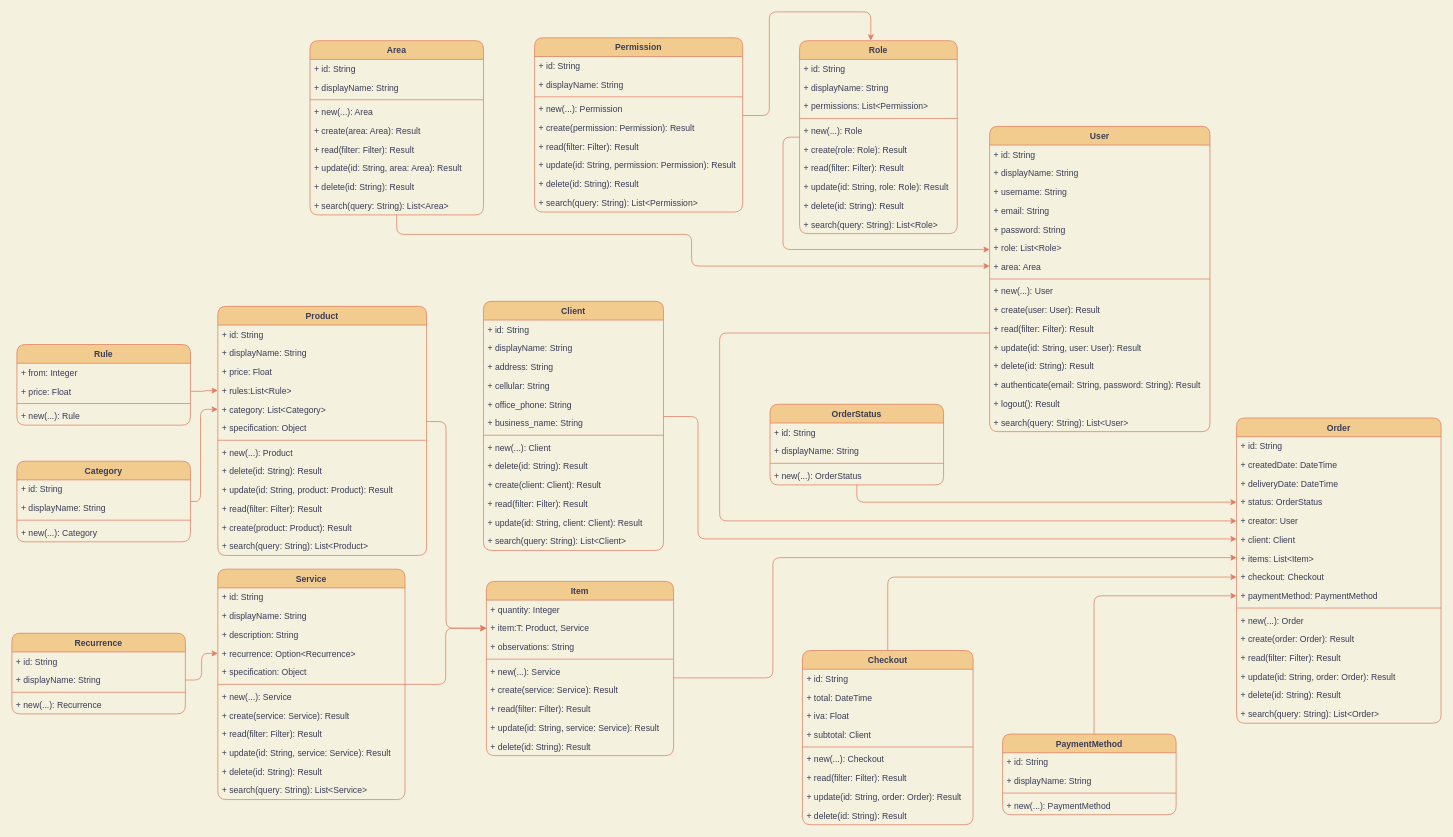
Earlier version of the draw.io diagram UML.drawio (Demetriox/flutter-client). Source tidied: cells renumbered, new cells numbered last; positions are measured from the earlier drawing's top-left corner, leaving out a move shared by most shapes. Both pictures are drawn from the tidied source at 72%, with x=0, y=0 at pixel (12, 12).
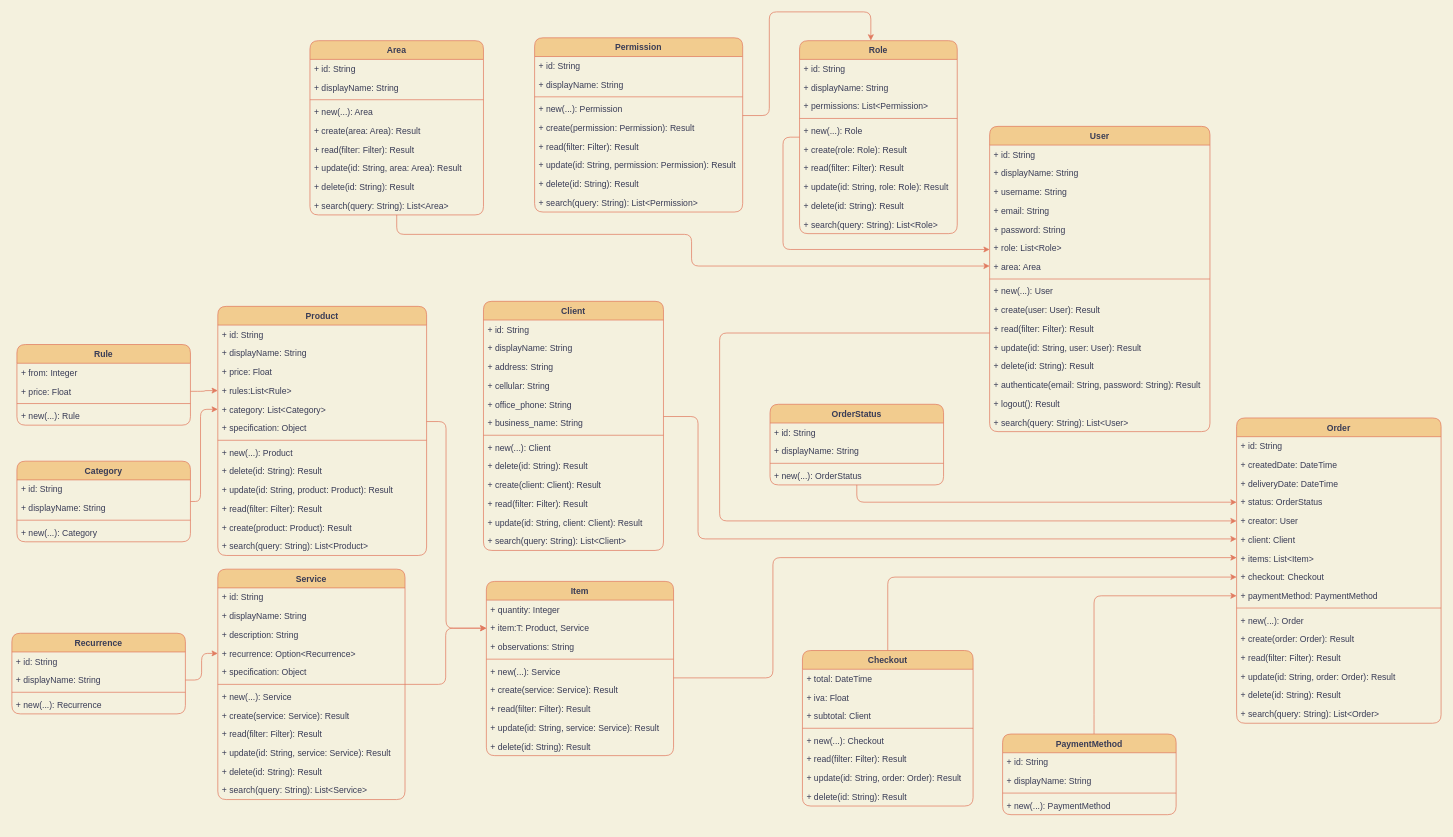
Above is the later version.

What changed in the source:
```diff
@@
     <mxCell id="105" value="Checkout" style="swimlane;fontStyle=1;align=center;verticalAlign=top;horizontal=1;startSize=26;fillColor=#F2CC8F;strokeColor=#E07A5F;fontColor=#393C56;rounded=1;" parent="1" vertex="1">
-      <mxGeometry x="1098" y="887" width="237" height="242" as="geometry" />
+      <mxGeometry x="1098" y="887" width="237" height="216" as="geometry" />
     </mxCell>
-    <mxCell id="106" value="+ id: String" style="text;strokeColor=none;fillColor=none;align=left;verticalAlign=top;spacingLeft=4;spacingRight=4;overflow=hidden;fontColor=#393C56;rounded=1;" parent="105" vertex="1">
-      <mxGeometry y="26" width="237" height="26" as="geometry" />
-    </mxCell>
     <mxCell id="107" value="+ total: DateTime" style="text;strokeColor=none;fillColor=none;align=left;verticalAlign=top;spacingLeft=4;spacingRight=4;overflow=hidden;fontColor=#393C56;rounded=1;" parent="105" vertex="1">
-      <mxGeometry y="52" width="237" height="26" as="geometry" />
+      <mxGeometry y="26" width="237" height="26" as="geometry" />
     </mxCell>
     <mxCell id="108" value="+ iva: Float" style="text;strokeColor=none;fillColor=none;align=left;verticalAlign=top;spacingLeft=4;spacingRight=4;overflow=hidden;fontColor=#393C56;rounded=1;" parent="105" vertex="1">
-      <mxGeometry y="78" width="237" height="26" as="geometry" />
+      <mxGeometry y="52" width="237" height="26" as="geometry" />
     </mxCell>
     <mxCell id="109" value="+ subtotal: Client" style="text;strokeColor=none;fillColor=none;align=left;verticalAlign=top;spacingLeft=4;spacingRight=4;overflow=hidden;fontColor=#393C56;rounded=1;" parent="105" vertex="1">
-      <mxGeometry y="104" width="237" height="26" as="geometry" />
+      <mxGeometry y="78" width="237" height="26" as="geometry" />
     </mxCell>
     <mxCell id="110" style="line;strokeWidth=1;fillColor=none;align=left;verticalAlign=middle;spacingTop=-1;spacingLeft=3;spacingRight=3;labelPosition=right;labelBackgroundColor=#F4F1DE;strokeColor=#E07A5F;fontColor=#393C56;rounded=1;" parent="105" vertex="1">
-      <mxGeometry y="130" width="237" height="8" as="geometry" />
+      <mxGeometry y="104" width="237" height="8" as="geometry" />
     </mxCell>
     <mxCell id="111" value="+ new(...): Checkout" style="text;strokeColor=none;fillColor=none;align=left;verticalAlign=top;spacingLeft=4;spacingRight=4;overflow=hidden;fontColor=#393C56;rounded=1;" parent="105" vertex="1">
-      <mxGeometry y="138" width="237" height="26" as="geometry" />
+      <mxGeometry y="112" width="237" height="26" as="geometry" />
     </mxCell>
     <mxCell id="112" value="+ read(filter: Filter): Result" style="text;strokeColor=none;fillColor=none;align=left;verticalAlign=top;spacingLeft=4;spacingRight=4;overflow=hidden;fontColor=#393C56;rounded=1;" parent="105" vertex="1">
-      <mxGeometry y="164" width="237" height="26" as="geometry" />
+      <mxGeometry y="138" width="237" height="26" as="geometry" />
     </mxCell>
     <mxCell id="113" value="+ update(id: String, order: Order): Result" style="text;strokeColor=none;fillColor=none;align=left;verticalAlign=top;spacingLeft=4;spacingRight=4;overflow=hidden;fontColor=#393C56;rounded=1;" parent="105" vertex="1">
-      <mxGeometry y="190" width="237" height="26" as="geometry" />
+      <mxGeometry y="164" width="237" height="26" as="geometry" />
     </mxCell>
     <mxCell id="114" value="+ delete(id: String): Result" style="text;strokeColor=none;fillColor=none;align=left;verticalAlign=top;spacingLeft=4;spacingRight=4;overflow=hidden;fontColor=#393C56;rounded=1;" parent="105" vertex="1">
-      <mxGeometry y="216" width="237" height="26" as="geometry" />
+      <mxGeometry y="190" width="237" height="26" as="geometry" />
     </mxCell>
```
